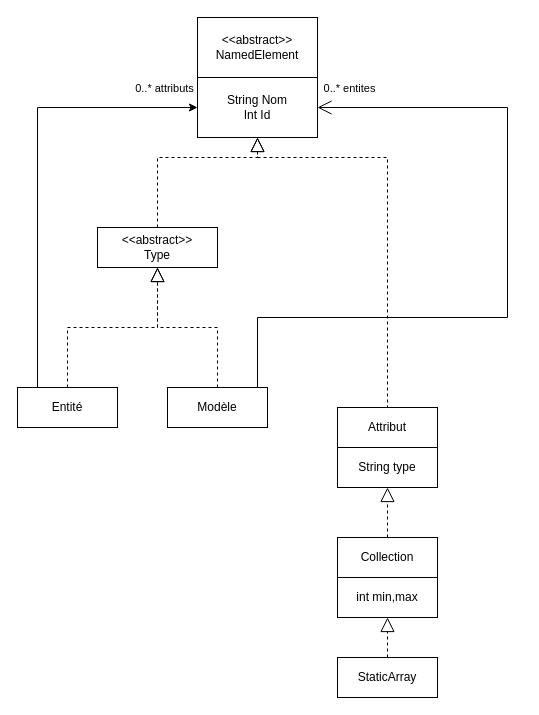
Earlier version of the draw.io diagram ProjetMetaUML.drawio (DocR3D/META-PLANTEC-PROJET). Source tidied: cells renumbered, new cells numbered last; positions are measured from the earlier drawing's top-left corner, leaving out a move shared by most shapes. Both pictures are drawn from the tidied source at 100%, with x=0, y=0 at pixel (17, 17).
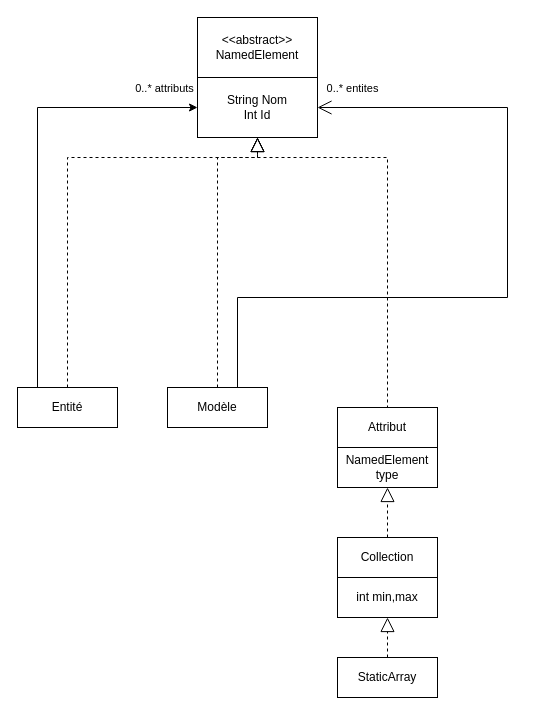
The same diagram, later.

Commit message (it also covers changes not shown here):
amélioration du diagramme et application

The change refers to these unchanged cells:
```xml
<mxCell id="2" value="Modèle" style="whiteSpace=wrap;html=1;align=center;" parent="1" vertex="1">
  <mxGeometry x="150" y="370" width="100" height="40" as="geometry" />
</mxCell>
<mxCell id="5" value="Entité" style="whiteSpace=wrap;html=1;align=center;" parent="1" vertex="1">
  <mxGeometry y="370" width="100" height="40" as="geometry" />
</mxCell>
<mxCell id="16" value="String Nom&lt;br&gt;Int Id" style="rounded=0;whiteSpace=wrap;html=1;" parent="1" vertex="1">
  <mxGeometry x="180" y="60" width="120" height="60" as="geometry" />
</mxCell>
```

Change to the diagram source:
```diff
@@
     <mxCell id="9" style="endArrow=open;endFill=1;endSize=12;html=1;rounded=0;elbow=vertical;edgeStyle=orthogonalEdgeStyle;entryX=1;entryY=0.5;entryDx=0;entryDy=0;" parent="1" edge="1" source="2" target="16">
       <mxGeometry relative="1" as="geometry">
         <Array as="points">
-          <mxPoint x="240" y="300" />
-          <mxPoint x="490" y="300" />
+          <mxPoint x="220" y="280" />
+          <mxPoint x="490" y="280" />
           <mxPoint x="490" y="90" />
         </Array>
       </mxGeometry>
     </mxCell>
@@
-    <mxCell id="13" style="endArrow=block;dashed=1;endFill=0;endSize=12;html=1;rounded=0;elbow=vertical;edgeStyle=orthogonalEdgeStyle;exitX=0.5;exitY=0;exitDx=0;exitDy=0;entryX=0.5;entryY=1;entryDx=0;entryDy=0;" parent="1" edge="1" source="17" target="16">
-      <mxGeometry relative="1" as="geometry">
-        <Array as="points">
-          <mxPoint x="140" y="140" />
-          <mxPoint x="240" y="140" />
-        </Array>
-      </mxGeometry>
-    </mxCell>
@@
-    <mxCell id="15" style="endArrow=block;dashed=1;endFill=0;endSize=12;html=1;rounded=0;elbow=vertical;edgeStyle=orthogonalEdgeStyle;exitX=0.5;exitY=0;exitDx=0;exitDy=0;entryX=0.5;entryY=1;entryDx=0;entryDy=0;" parent="1" edge="1" source="2" target="17">
+    <mxCell id="15" style="endArrow=block;dashed=1;endFill=0;endSize=12;html=1;rounded=0;elbow=vertical;edgeStyle=orthogonalEdgeStyle;exitX=0.5;exitY=0;exitDx=0;exitDy=0;entryX=0.5;entryY=1;entryDx=0;entryDy=0;" parent="1" edge="1" source="2" target="16">
       <mxGeometry relative="1" as="geometry">
         <Array as="points">
-          <mxPoint x="200" y="310" />
-          <mxPoint x="140" y="310" />
+          <mxPoint x="200" y="140" />
+          <mxPoint x="240" y="140" />
         </Array>
       </mxGeometry>
     </mxCell>
@@
-    <mxCell id="17" value="&amp;lt;&amp;lt;abstract&amp;gt;&amp;gt;&lt;br&gt;Type" style="rounded=0;whiteSpace=wrap;html=1;" parent="1" vertex="1">
-      <mxGeometry x="80" y="210" width="120" height="40" as="geometry" />
-    </mxCell>
-    <mxCell id="18" style="endArrow=block;dashed=1;endFill=0;endSize=12;html=1;rounded=0;elbow=vertical;edgeStyle=orthogonalEdgeStyle;exitX=0.5;exitY=0;exitDx=0;exitDy=0;entryX=0.5;entryY=1;entryDx=0;entryDy=0;" parent="1" edge="1" source="5" target="17">
+    <mxCell id="18" style="endArrow=block;dashed=1;endFill=0;endSize=12;html=1;rounded=0;elbow=vertical;edgeStyle=orthogonalEdgeStyle;exitX=0.5;exitY=0;exitDx=0;exitDy=0;entryX=0.5;entryY=1;entryDx=0;entryDy=0;" parent="1" edge="1" source="5" target="16">
       <mxGeometry relative="1" as="geometry">
         <Array as="points">
-          <mxPoint x="50" y="310" />
-          <mxPoint x="140" y="310" />
+          <mxPoint x="50" y="140" />
+          <mxPoint x="240" y="140" />
         </Array>
       </mxGeometry>
     </mxCell>
@@
-    <mxCell id="21" value="String type" style="whiteSpace=wrap;html=1;align=center;" parent="1" vertex="1">
+    <mxCell id="21" value="NamedElement type" style="whiteSpace=wrap;html=1;align=center;" parent="1" vertex="1">
       <mxGeometry x="320" y="430" width="100" height="40" as="geometry" />
     </mxCell>
```
